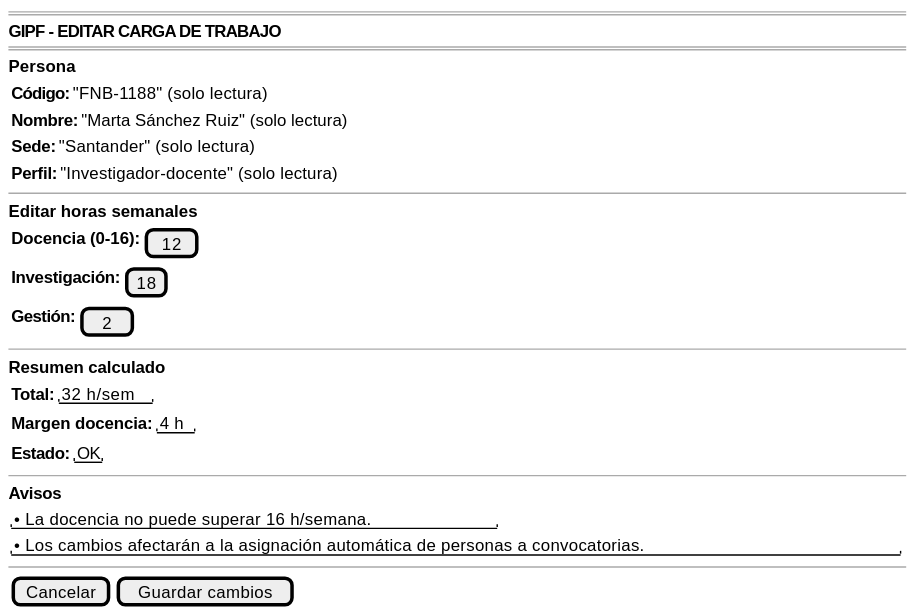
Earlier version of the PlantUML export documents/casosDeUso/detalle/coordinador/06-carga-trabajo/editarCargaTrabajo/prototipo/editarCargaTrabajo-wireframe.svg (31Diego/25-26-IdSw1-SdR).
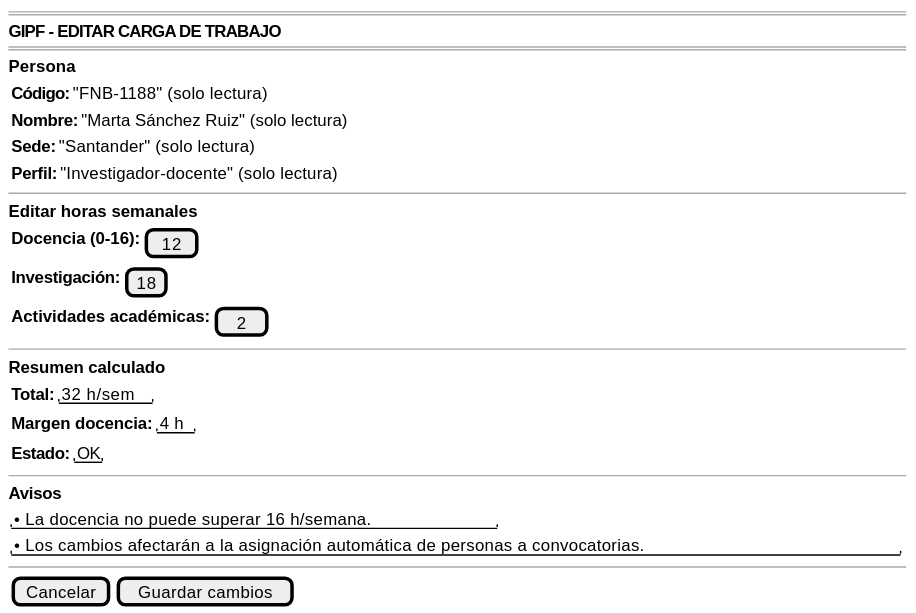
After the change.

The edit, as a diff of the source:
```diff
@@ -18,7 +18,7 @@
     {
         { <b>Docencia (0-16):</b> | [ 12 ] }
         { <b>Investigación:</b> | [18 ] }
-        { <b>Gestión:</b> | [ 2  ] }
+        { <b>Actividades académicas:</b> | [ 2  ] }
     }
 
     --
```
